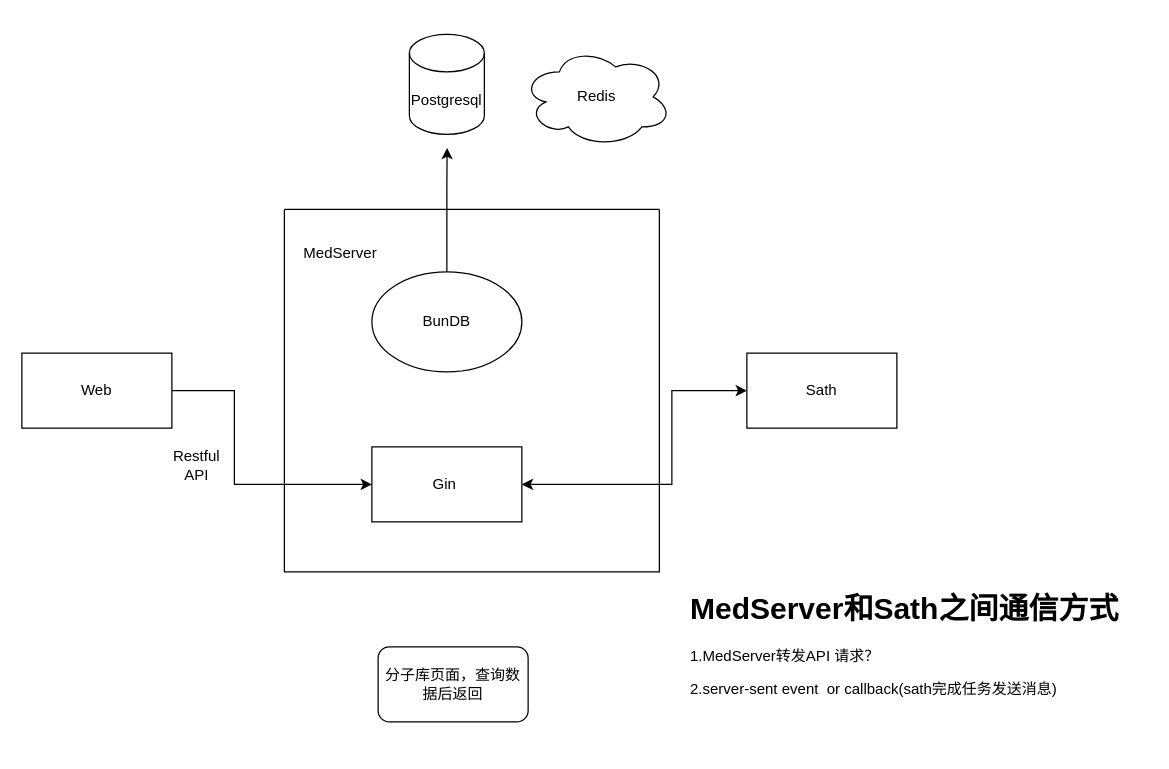
This is Med.drawio from HelloYLee/SystemDesign, a draw.io file, before an edit. Source tidied: cells renumbered, new cells numbered last; positions are measured from the earlier drawing's top-left corner, leaving out a move shared by most shapes. Both pictures are drawn from the tidied source at 125%, with x=0, y=0 at pixel (21, 34).
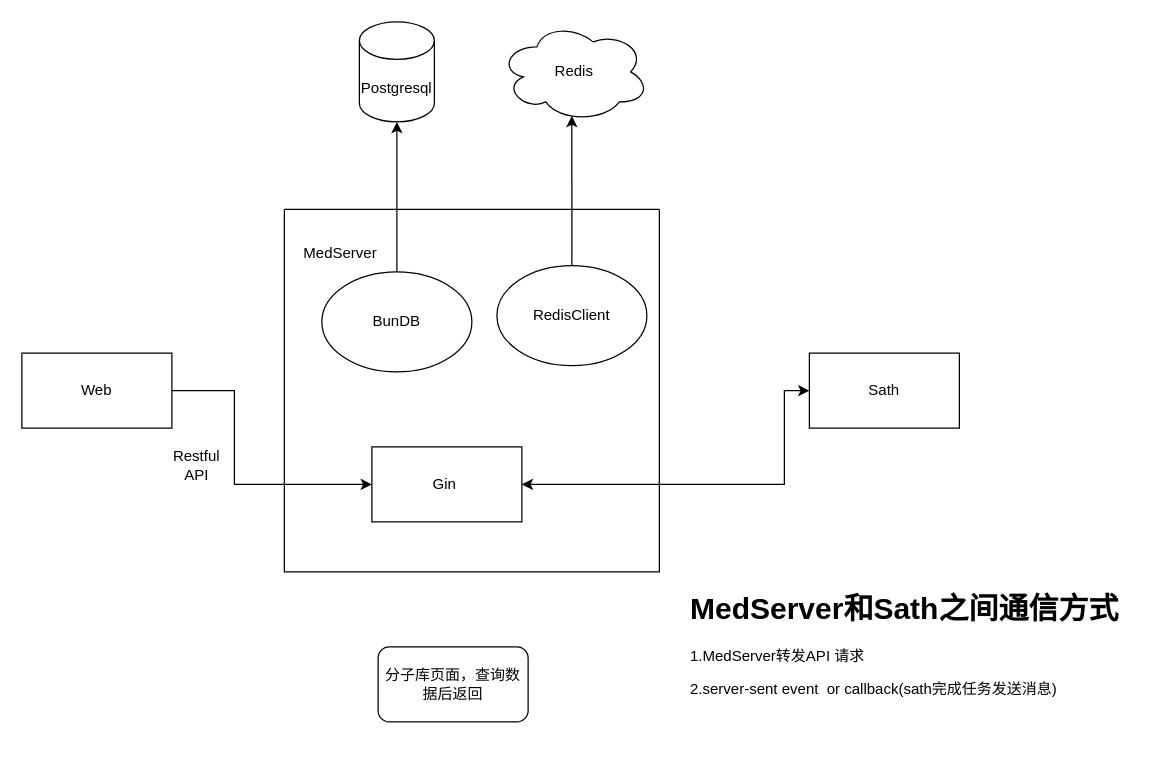
Above is the later version.

The change refers to these unchanged cells:
```xml
<mxCell id="6" style="swimlane;startSize=0;" parent="1" vertex="1">
  <mxGeometry x="210" y="140" width="300" height="290" as="geometry" />
</mxCell>
<mxCell id="8" value="Gin&amp;nbsp;" style="rounded=0;whiteSpace=wrap;html=1;" parent="6" vertex="1">
  <mxGeometry x="70" y="190" width="120" height="60" as="geometry" />
</mxCell>
```

Diff of the diagram source:
```diff
@@
-    <mxCell id="4" style="edgeStyle=orthogonalEdgeStyle;rounded=0;jettySize=auto;html=1;entryX=1;entryY=0.5;entryDx=0;entryDy=0;startArrow=classic;startFill=1;" parent="1" edge="1" source="5" target="8">
+    <mxCell id="4" style="edgeStyle=orthogonalEdgeStyle;rounded=0;jettySize=auto;html=1;entryX=1;entryY=0.5;entryDx=0;entryDy=0;startArrow=classic;startFill=1;exitX=0;exitY=0.5;exitDx=0;exitDy=0;" parent="1" edge="1" source="5" target="8">
       <mxGeometry relative="1" as="geometry">
         <Array as="points">
-          <mxPoint x="520" y="285" />
-          <mxPoint x="520" y="360" />
+          <mxPoint x="610" y="360" />
         </Array>
       </mxGeometry>
     </mxCell>
     <mxCell id="5" value="Sath" style="rounded=0;whiteSpace=wrap;html=1;" parent="1" vertex="1">
-      <mxGeometry x="580" y="255" width="120" height="60" as="geometry" />
+      <mxGeometry x="630" y="255" width="120" height="60" as="geometry" />
     </mxCell>
@@
     <mxCell id="9" value="BunDB" style="ellipse;whiteSpace=wrap;html=1;" parent="6" vertex="1">
-      <mxGeometry x="70" y="50" width="120" height="80" as="geometry" />
+      <mxGeometry x="30" y="50" width="120" height="80" as="geometry" />
     </mxCell>
+    <mxCell id="16" value="RedisClient" style="ellipse;whiteSpace=wrap;html=1;" parent="6" vertex="1">
+      <mxGeometry x="170" y="45" width="120" height="80" as="geometry" />
+    </mxCell>
     <mxCell id="10" value="Postgresql" style="shape=cylinder3;whiteSpace=wrap;html=1;boundedLbl=1;backgroundOutline=1;size=15;" parent="1" vertex="1">
-      <mxGeometry x="310" width="60" height="80" as="geometry" />
+      <mxGeometry x="270" y="-10" width="60" height="80" as="geometry" />
     </mxCell>
-    <mxCell id="11" style="edgeStyle=orthogonalEdgeStyle;rounded=0;jettySize=auto;html=1;exitX=0.5;exitY=0;exitDx=0;exitDy=0;entryX=0.503;entryY=1.135;entryDx=0;entryDy=0;entryPerimeter=0;" parent="1" edge="1" source="9" target="10">
-      <mxGeometry relative="1" as="geometry">
-        <Array as="points">
-          <mxPoint x="340" y="120" />
-          <mxPoint x="340" y="120" />
-        </Array>
-      </mxGeometry>
-    </mxCell>
@@
-    <mxCell id="13" value="&lt;h1&gt;MedServer和Sath之间通信方式&lt;/h1&gt;&lt;p&gt;&lt;span style=&quot;background-color: initial;&quot;&gt;1.MedServer转发API 请求？&lt;/span&gt;&lt;br&gt;&lt;/p&gt;&lt;p&gt;&lt;span style=&quot;background-color: initial;&quot;&gt;2.server-sent event&amp;nbsp; or callback(sath完成任务发送消息)&lt;/span&gt;&lt;/p&gt;" style="text;html=1;strokeColor=none;fillColor=none;spacing=5;spacingTop=-20;whiteSpace=wrap;overflow=hidden;rounded=0;" parent="1" vertex="1">
+    <mxCell id="13" value="&lt;h1&gt;MedServer和Sath之间通信方式&lt;/h1&gt;&lt;p&gt;&lt;span style=&quot;background-color: initial;&quot;&gt;1.MedServer转发API 请求&lt;/span&gt;&lt;br&gt;&lt;/p&gt;&lt;p&gt;&lt;span style=&quot;background-color: initial;&quot;&gt;2.server-sent event&amp;nbsp; or callback(sath完成任务发送消息)&lt;/span&gt;&lt;/p&gt;" style="text;html=1;strokeColor=none;fillColor=none;spacing=5;spacingTop=-20;whiteSpace=wrap;overflow=hidden;rounded=0;" parent="1" vertex="1">
       <mxGeometry x="530" y="440" width="370" height="130" as="geometry" />
     </mxCell>
     <mxCell id="14" value="Redis" style="ellipse;shape=cloud;whiteSpace=wrap;html=1;" parent="1" vertex="1">
-      <mxGeometry x="400" y="10" width="120" height="80" as="geometry" />
+      <mxGeometry x="382" y="-10" width="120" height="80" as="geometry" />
     </mxCell>
@@
+    <mxCell id="11" style="edgeStyle=orthogonalEdgeStyle;rounded=0;jettySize=auto;html=1;exitX=0.5;exitY=0;exitDx=0;exitDy=0;entryX=0.5;entryY=1;entryDx=0;entryDy=0;entryPerimeter=0;" parent="1" edge="1" source="9" target="10">
+      <mxGeometry relative="1" as="geometry" />
+    </mxCell>
+    <mxCell id="17" style="edgeStyle=orthogonalEdgeStyle;rounded=0;jettySize=auto;html=1;exitX=0.5;exitY=0;exitDx=0;exitDy=0;entryX=0.483;entryY=0.94;entryDx=0;entryDy=0;entryPerimeter=0;" parent="1" edge="1" source="16" target="14">
+      <mxGeometry relative="1" as="geometry" />
+    </mxCell>
```
